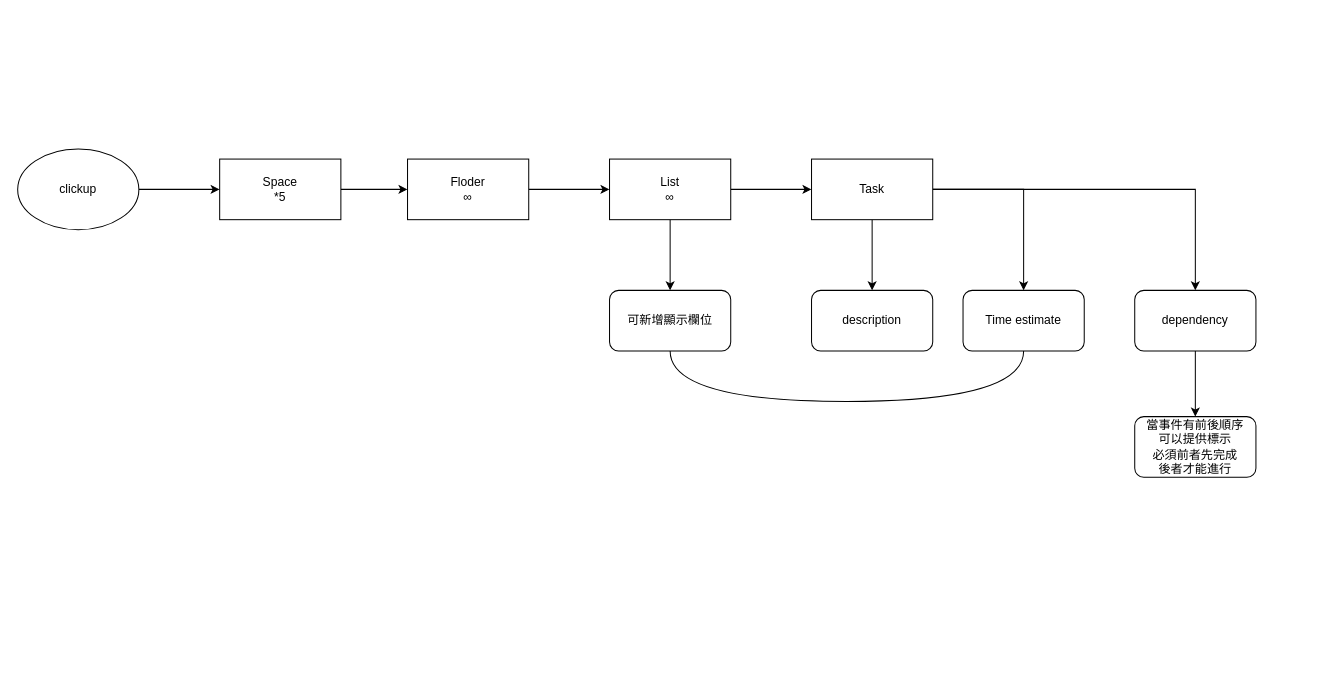
This is clickup.drawio from asd0591804/treeImage, a draw.io file, before an edit. Source tidied: cells renumbered, new cells numbered last; positions are measured from the earlier drawing's top-left corner, leaving out a move shared by most shapes. Both pictures are drawn from the tidied source at 101%, with x=0, y=0 at pixel (17, 148).
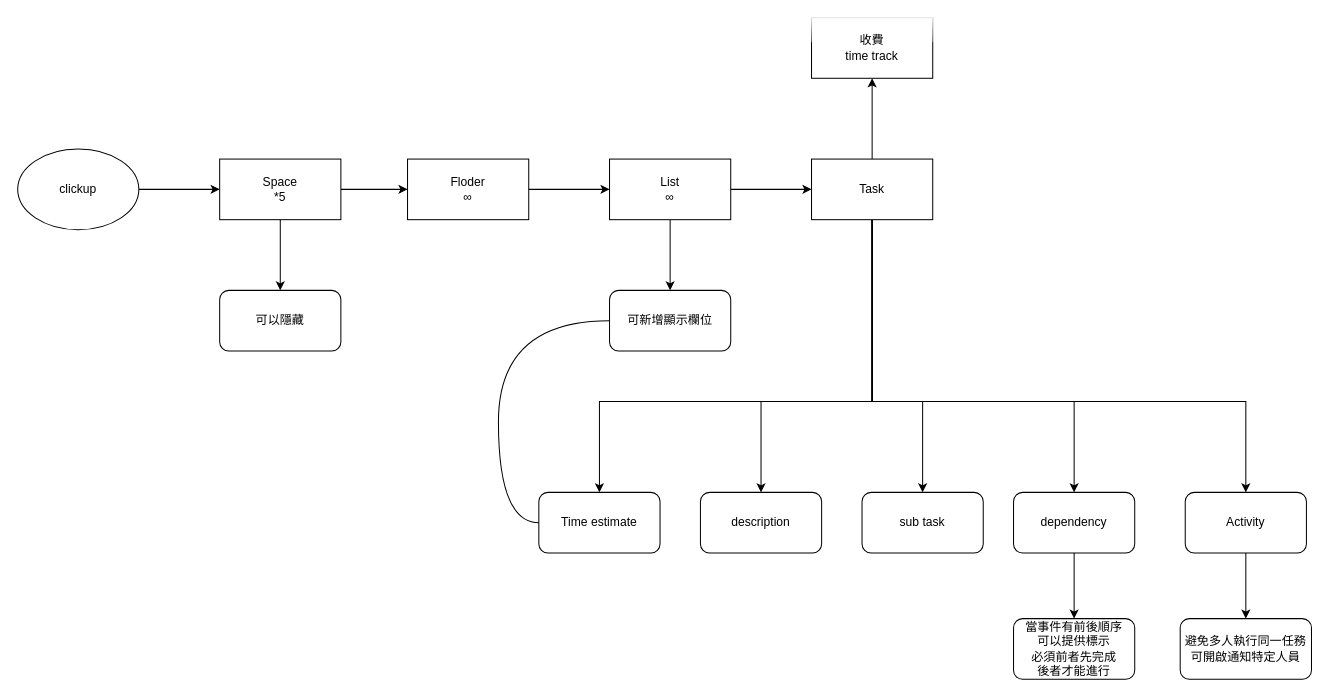
The same diagram, later.

The change refers to these unchanged cells:
```xml
<mxCell id="11" value="Space&lt;div&gt;*5&lt;/div&gt;" style="whiteSpace=wrap;html=1;" parent="1" vertex="1">
  <mxGeometry x="200" y="10" width="120" height="60" as="geometry" />
</mxCell>
<mxCell id="14" value="可新增顯示欄位" style="whiteSpace=wrap;html=1;rounded=1;" parent="1" vertex="1">
  <mxGeometry x="586" y="140" width="120" height="60" as="geometry" />
</mxCell>
<mxCell id="18" value="Task" style="whiteSpace=wrap;html=1;" parent="1" vertex="1">
  <mxGeometry x="786" y="10" width="120" height="60" as="geometry" />
</mxCell>
```

What changed in the source:
```diff
@@
     <mxCell id="4" value="當事件有前後順序&lt;div&gt;可以提供標示&lt;/div&gt;&lt;div&gt;必須前者先完成&lt;/div&gt;&lt;div&gt;後者才能進行&lt;/div&gt;" style="whiteSpace=wrap;html=1;glass=0;shadow=0;rounded=1;" parent="1" vertex="1">
-      <mxGeometry x="1106" y="265" width="120" height="60" as="geometry" />
+      <mxGeometry x="986" y="465" width="120" height="60" as="geometry" />
     </mxCell>
@@
+    <mxCell id="22" style="edgeStyle=orthogonalEdgeStyle;rounded=0;jettySize=auto;html=1;" parent="1" edge="1" source="11" target="27">
+      <mxGeometry relative="1" as="geometry" />
+    </mxCell>
@@
     <mxCell id="12" value="Time estimate" style="whiteSpace=wrap;html=1;rounded=1;" parent="1" vertex="1">
-      <mxGeometry x="936" y="140" width="120" height="60" as="geometry" />
+      <mxGeometry x="516" y="340" width="120" height="60" as="geometry" />
     </mxCell>
-    <mxCell id="13" style="edgeStyle=orthogonalEdgeStyle;rounded=0;jettySize=auto;html=1;exitX=0.5;exitY=1;exitDx=0;exitDy=0;entryX=0.5;entryY=1;entryDx=0;entryDy=0;curved=1;endArrow=none;endFill=0;" parent="1" edge="1" source="14" target="12">
+    <mxCell id="13" style="edgeStyle=orthogonalEdgeStyle;rounded=0;jettySize=auto;html=1;exitX=0;exitY=0.5;exitDx=0;exitDy=0;entryX=0;entryY=0.5;entryDx=0;entryDy=0;curved=1;endArrow=none;endFill=0;" parent="1" edge="1" source="14" target="12">
       <mxGeometry relative="1" as="geometry">
         <Array as="points">
-          <mxPoint x="646" y="250" />
-          <mxPoint x="996" y="250" />
+          <mxPoint x="476" y="170" />
+          <mxPoint x="476" y="370" />
         </Array>
       </mxGeometry>
     </mxCell>
@@
     <mxCell id="15" style="edgeStyle=orthogonalEdgeStyle;rounded=0;jettySize=auto;html=1;" parent="1" edge="1" source="18" target="19">
-      <mxGeometry relative="1" as="geometry" />
+      <mxGeometry relative="1" as="geometry">
+        <Array as="points">
+          <mxPoint x="846" y="250" />
+          <mxPoint x="736" y="250" />
+        </Array>
+      </mxGeometry>
     </mxCell>
+    <mxCell id="17" style="edgeStyle=orthogonalEdgeStyle;rounded=0;jettySize=auto;html=1;" parent="1" edge="1" source="18" target="21">
+      <mxGeometry relative="1" as="geometry">
+        <Array as="points">
+          <mxPoint x="846" y="250" />
+          <mxPoint x="1046" y="250" />
+        </Array>
+      </mxGeometry>
+    </mxCell>
+    <mxCell id="23" style="edgeStyle=orthogonalEdgeStyle;rounded=0;jettySize=auto;html=1;" parent="1" edge="1" source="18" target="26">
+      <mxGeometry relative="1" as="geometry" />
+    </mxCell>
+    <mxCell id="24" style="edgeStyle=orthogonalEdgeStyle;rounded=0;jettySize=auto;html=1;" parent="1" edge="1" source="18" target="29">
+      <mxGeometry relative="1" as="geometry">
+        <Array as="points">
+          <mxPoint x="846" y="250" />
+          <mxPoint x="1216" y="250" />
+        </Array>
+      </mxGeometry>
+    </mxCell>
-    <mxCell id="16" style="edgeStyle=orthogonalEdgeStyle;rounded=0;jettySize=auto;html=1;exitX=1;exitY=0.5;exitDx=0;exitDy=0;entryX=0.5;entryY=0;entryDx=0;entryDy=0;" parent="1" edge="1" source="18" target="12">
-      <mxGeometry relative="1" as="geometry" />
+    <mxCell id="16" style="edgeStyle=orthogonalEdgeStyle;rounded=0;jettySize=auto;html=1;" parent="1" edge="1" source="18" target="12">
+      <mxGeometry relative="1" as="geometry">
+        <Array as="points">
+          <mxPoint x="846" y="250" />
+          <mxPoint x="576" y="250" />
+        </Array>
+      </mxGeometry>
     </mxCell>
-    <mxCell id="17" style="edgeStyle=orthogonalEdgeStyle;rounded=0;jettySize=auto;html=1;" parent="1" edge="1" source="18" target="21">
-      <mxGeometry relative="1" as="geometry" />
-    </mxCell>
+    <mxCell id="25" style="edgeStyle=orthogonalEdgeStyle;rounded=0;jettySize=auto;html=1;" parent="1" edge="1" source="18" target="31">
+      <mxGeometry relative="1" as="geometry">
+        <Array as="points">
+          <mxPoint x="846" y="250" />
+          <mxPoint x="896" y="250" />
+        </Array>
+      </mxGeometry>
+    </mxCell>
@@
     <mxCell id="19" value="description" style="whiteSpace=wrap;html=1;rounded=1;" parent="1" vertex="1">
-      <mxGeometry x="786" y="140" width="120" height="60" as="geometry" />
+      <mxGeometry x="676" y="340" width="120" height="60" as="geometry" />
     </mxCell>
@@
     <mxCell id="21" value="&lt;div&gt;&lt;span style=&quot;background-color: initial;&quot;&gt;dependency&lt;/span&gt;&lt;br&gt;&lt;/div&gt;" style="whiteSpace=wrap;html=1;rounded=1;" parent="1" vertex="1">
-      <mxGeometry x="1106" y="140" width="120" height="60" as="geometry" />
+      <mxGeometry x="986" y="340" width="120" height="60" as="geometry" />
     </mxCell>
+    <mxCell id="26" value="&lt;div&gt;收費&lt;/div&gt;time track" style="whiteSpace=wrap;html=1;glass=1;" parent="1" vertex="1">
+      <mxGeometry x="786" y="-130" width="120" height="60" as="geometry" />
+    </mxCell>
+    <mxCell id="27" value="可以隱藏" style="whiteSpace=wrap;html=1;rounded=1;" parent="1" vertex="1">
+      <mxGeometry x="200" y="140" width="120" height="60" as="geometry" />
+    </mxCell>
+    <mxCell id="28" style="edgeStyle=orthogonalEdgeStyle;rounded=0;jettySize=auto;html=1;" parent="1" edge="1" source="29" target="30">
+      <mxGeometry relative="1" as="geometry" />
+    </mxCell>
+    <mxCell id="29" value="Activity" style="whiteSpace=wrap;html=1;rounded=1;" parent="1" vertex="1">
+      <mxGeometry x="1156" y="340" width="120" height="60" as="geometry" />
+    </mxCell>
+    <mxCell id="30" value="&lt;div&gt;避免多人執行同一任務&lt;/div&gt;可開啟通知特定人員" style="whiteSpace=wrap;html=1;rounded=1;" parent="1" vertex="1">
+      <mxGeometry x="1151" y="465" width="130" height="60" as="geometry" />
+    </mxCell>
+    <mxCell id="31" value="sub task" style="whiteSpace=wrap;html=1;rounded=1;" parent="1" vertex="1">
+      <mxGeometry x="836" y="340" width="120" height="60" as="geometry" />
+    </mxCell>
```
